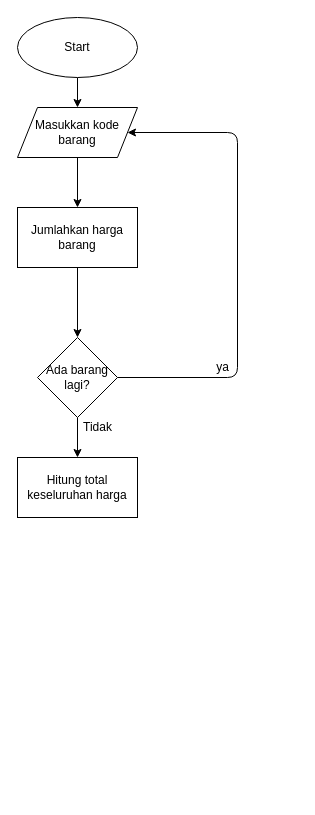
eidiati/aditya_saputra-aplikasi_kasir keeps this draw.io diagram as flowchart.drawio. Above is the earlier version. Source tidied: cells renumbered, new cells numbered last; positions are measured from the earlier drawing's top-left corner, leaving out a move shared by most shapes. Both pictures are drawn from the tidied source at 100%, with x=0, y=0 at pixel (17, 17).
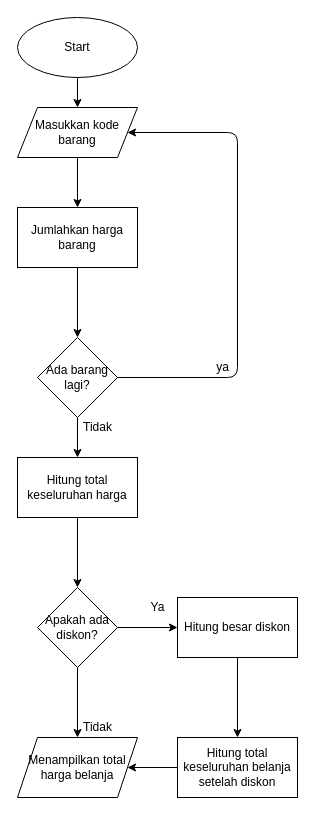
Above is the later version.

Commit message:
membuat kondisi percabangan

Unchanged cells that the change refers to:
```xml
<mxCell id="12" value="Hitung total keseluruhan harga" style="whiteSpace=wrap;html=1;" parent="1" vertex="1">
  <mxGeometry y="440" width="120" height="60" as="geometry" />
</mxCell>
```

What changed in the source:
```diff
@@
+    <mxCell id="14" style="edgeStyle=none;html=1;" parent="1" edge="1" source="12" target="17">
+      <mxGeometry relative="1" as="geometry" />
+    </mxCell>
@@
+    <mxCell id="15" style="edgeStyle=none;html=1;" parent="1" edge="1" source="17" target="19">
+      <mxGeometry relative="1" as="geometry" />
+    </mxCell>
+    <mxCell id="16" style="edgeStyle=none;html=1;" parent="1" edge="1" source="17" target="21">
+      <mxGeometry relative="1" as="geometry" />
+    </mxCell>
+    <mxCell id="17" value="Apakah ada diskon?" style="rhombus;whiteSpace=wrap;html=1;" parent="1" vertex="1">
+      <mxGeometry x="20" y="570" width="80" height="80" as="geometry" />
+    </mxCell>
+    <mxCell id="18" style="edgeStyle=none;html=1;" parent="1" edge="1" source="19" target="24">
+      <mxGeometry relative="1" as="geometry" />
+    </mxCell>
+    <mxCell id="19" value="Hitung besar diskon" style="whiteSpace=wrap;html=1;" parent="1" vertex="1">
+      <mxGeometry x="160" y="580" width="120" height="60" as="geometry" />
+    </mxCell>
+    <mxCell id="20" value="Ya" style="text;html=1;align=center;verticalAlign=middle;strokeColor=none;fillColor=none;" parent="1" vertex="1">
+      <mxGeometry x="125" y="580" width="30" height="20" as="geometry" />
+    </mxCell>
+    <mxCell id="21" value="Menampilkan total harga belanja" style="shape=parallelogram;perimeter=parallelogramPerimeter;whiteSpace=wrap;html=1;fixedSize=1;" parent="1" vertex="1">
+      <mxGeometry y="720" width="120" height="60" as="geometry" />
+    </mxCell>
+    <mxCell id="22" value="Tidak" style="text;html=1;align=center;verticalAlign=middle;strokeColor=none;fillColor=none;" parent="1" vertex="1">
+      <mxGeometry x="60" y="700" width="40" height="20" as="geometry" />
+    </mxCell>
+    <mxCell id="23" style="edgeStyle=none;html=1;entryX=1;entryY=0.5;entryDx=0;entryDy=0;" parent="1" edge="1" source="24" target="21">
+      <mxGeometry relative="1" as="geometry" />
+    </mxCell>
+    <mxCell id="24" value="Hitung total keseluruhan belanja setelah diskon" style="whiteSpace=wrap;html=1;" parent="1" vertex="1">
+      <mxGeometry x="160" y="720" width="120" height="60" as="geometry" />
+    </mxCell>
```
